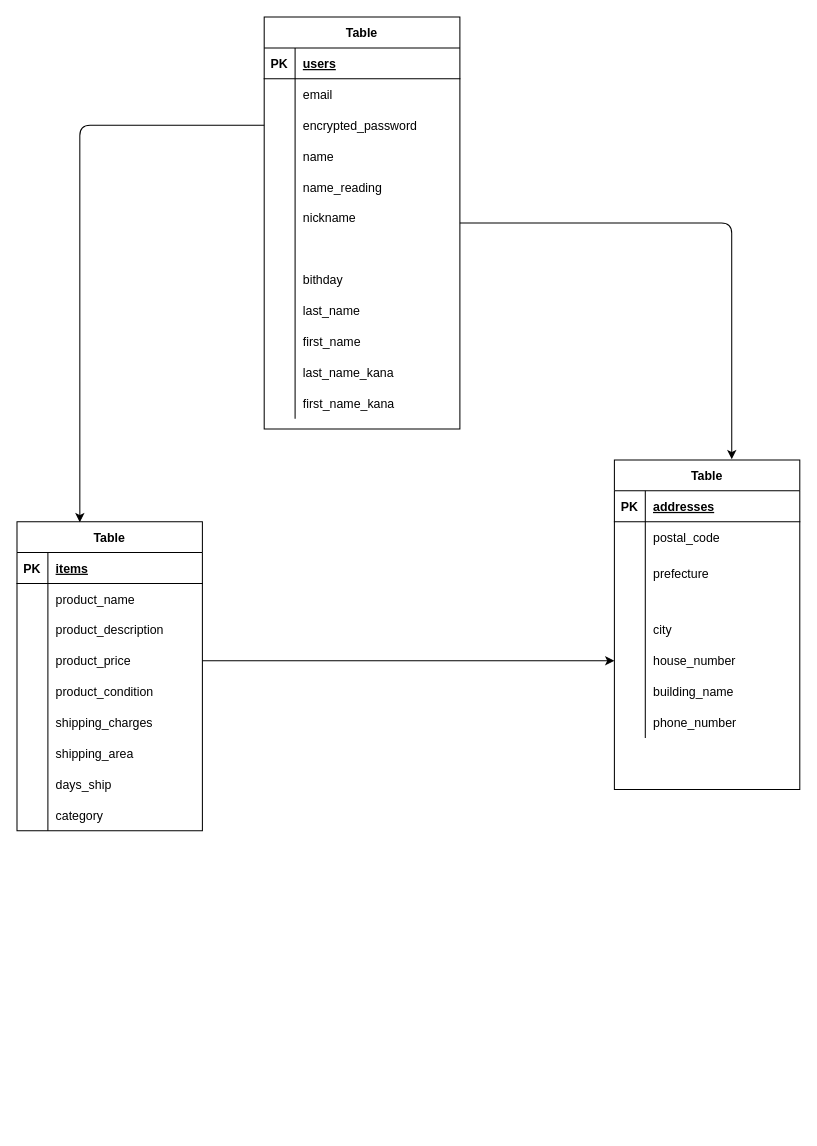
Earlier version of the draw.io diagram furima-35007.dio (Tatsuki5179/furima-35007). Source tidied: cells renumbered, new cells numbered last; positions are measured from the earlier drawing's top-left corner, leaving out a move shared by most shapes. Both pictures are drawn from the tidied source at 103%, with x=0, y=0 at pixel (16, 16).
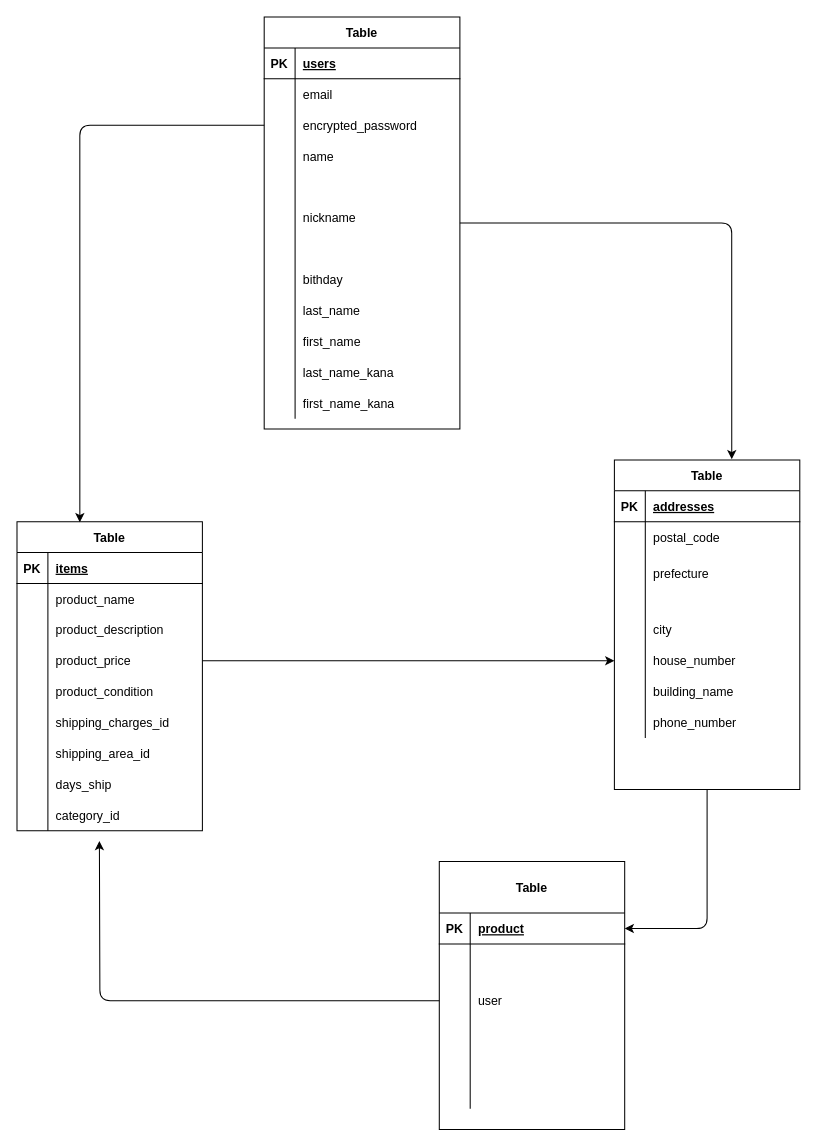
Above is the later version.

The change refers to these unchanged cells:
```xml
<mxCell id="18" style="shape=partialRectangle;fillColor=none;top=0;left=0;bottom=0;right=0;" parent="2" vertex="1">
  <mxGeometry y="180" width="180" height="30" as="geometry" />
</mxCell>
<mxCell id="21" style="shape=partialRectangle;fillColor=none;top=0;left=0;bottom=0;right=0;" parent="2" vertex="1">
  <mxGeometry y="210" width="180" height="30" as="geometry" />
</mxCell>
<mxCell id="27" style="shape=partialRectangle;fillColor=none;top=0;left=0;bottom=0;right=0;" parent="2" vertex="1">
  <mxGeometry y="270" width="180" height="30" as="geometry" />
</mxCell>
<mxCell id="30" value="Table" style="shape=table;startSize=30;childLayout=tableLayout;rowLines=0;fontStyle=1;align=center;rounded=0;sketch=0;" parent="1" vertex="1">
  <mxGeometry x="580" y="430" width="180" height="320" as="geometry" />
</mxCell>
<mxCell id="69" style="shape=partialRectangle;fillColor=none;top=0;left=0;bottom=0;right=0;" parent="56" vertex="1">
  <mxGeometry y="150" width="190" height="30" as="geometry" />
</mxCell>
```

What changed in the source:
```diff
@@
-    <mxCell id="20" value="shipping_charges" style="shape=partialRectangle;fillColor=none;top=0;left=0;bottom=0;right=0;align=left;spacingLeft=6;overflow=hidden;" parent="18" vertex="1">
+    <mxCell id="20" value="shipping_charges_id" style="shape=partialRectangle;fillColor=none;top=0;left=0;bottom=0;right=0;align=left;spacingLeft=6;overflow=hidden;" parent="18" vertex="1">
       <mxGeometry x="30" width="150" height="30" as="geometry" />
     </mxCell>
@@
-    <mxCell id="23" value="shipping_area" style="shape=partialRectangle;fillColor=none;top=0;left=0;bottom=0;right=0;align=left;spacingLeft=6;overflow=hidden;" parent="21" vertex="1">
+    <mxCell id="23" value="shipping_area_id" style="shape=partialRectangle;fillColor=none;top=0;left=0;bottom=0;right=0;align=left;spacingLeft=6;overflow=hidden;" parent="21" vertex="1">
       <mxGeometry x="30" width="150" height="30" as="geometry" />
     </mxCell>
@@
-    <mxCell id="29" value="category" style="shape=partialRectangle;fillColor=none;top=0;left=0;bottom=0;right=0;align=left;spacingLeft=6;overflow=hidden;" parent="27" vertex="1">
+    <mxCell id="29" value="category_id" style="shape=partialRectangle;fillColor=none;top=0;left=0;bottom=0;right=0;align=left;spacingLeft=6;overflow=hidden;" parent="27" vertex="1">
       <mxGeometry x="30" width="150" height="30" as="geometry" />
     </mxCell>
+    <mxCell id="95" style="edgeStyle=orthogonalEdgeStyle;curved=0;rounded=1;sketch=0;jettySize=auto;html=1;exitX=0.5;exitY=1;exitDx=0;exitDy=0;" parent="1" edge="1" source="30" target="97">
+      <mxGeometry relative="1" as="geometry" />
+    </mxCell>
@@
-    <mxCell id="71" value="name_reading" style="shape=partialRectangle;fillColor=none;top=0;left=0;bottom=0;right=0;align=left;spacingLeft=6;overflow=hidden;" parent="69" vertex="1">
+    <mxCell id="71" style="shape=partialRectangle;fillColor=none;top=0;left=0;bottom=0;right=0;align=left;spacingLeft=6;overflow=hidden;" parent="69" vertex="1">
       <mxGeometry x="30" width="160" height="30" as="geometry" />
     </mxCell>
@@
+    <mxCell id="96" value="Table" style="shape=table;startSize=50;childLayout=tableLayout;rowLines=0;fontStyle=1;align=center;rounded=0;sketch=0;" parent="1" vertex="1">
+      <mxGeometry x="410" y="820" width="180" height="260" as="geometry" />
+    </mxCell>
+    <mxCell id="97" style="shape=partialRectangle;fillColor=none;top=0;left=0;bottom=1;right=0;points=[[0,0.5],[1,0.5]];portConstraint=eastwest;" parent="96" vertex="1">
+      <mxGeometry y="50" width="180" height="30" as="geometry" />
+    </mxCell>
+    <mxCell id="98" value="PK" style="shape=partialRectangle;fillColor=none;top=0;left=0;bottom=0;right=0;fontStyle=1;overflow=hidden;" parent="97" vertex="1">
+      <mxGeometry width="30" height="30" as="geometry" />
+    </mxCell>
+    <mxCell id="99" value="product" style="shape=partialRectangle;fillColor=none;top=0;left=0;bottom=0;right=0;align=left;spacingLeft=6;fontStyle=5;overflow=hidden;" parent="97" vertex="1">
+      <mxGeometry x="30" width="150" height="30" as="geometry" />
+    </mxCell>
+    <mxCell id="100" style="shape=partialRectangle;fillColor=none;top=0;left=0;bottom=0;right=0;points=[[0,0.5],[1,0.5]];portConstraint=eastwest;" parent="96" vertex="1">
+      <mxGeometry y="80" width="180" height="110" as="geometry" />
+    </mxCell>
+    <mxCell id="101" style="shape=partialRectangle;fillColor=none;top=0;left=0;bottom=0;right=0;overflow=hidden;" parent="100" vertex="1">
+      <mxGeometry width="30" height="110" as="geometry" />
+    </mxCell>
+    <mxCell id="102" value="user" style="shape=partialRectangle;fillColor=none;top=0;left=0;bottom=0;right=0;align=left;spacingLeft=6;overflow=hidden;" parent="100" vertex="1">
+      <mxGeometry x="30" width="150" height="110" as="geometry" />
+    </mxCell>
+    <mxCell id="103" style="shape=partialRectangle;fillColor=none;top=0;left=0;bottom=0;right=0;" parent="96" vertex="1">
+      <mxGeometry y="190" width="180" height="30" as="geometry" />
+    </mxCell>
+    <mxCell id="104" style="shape=partialRectangle;fillColor=none;top=0;left=0;bottom=0;right=0;overflow=hidden;" parent="103" vertex="1">
+      <mxGeometry width="30" height="30" as="geometry" />
+    </mxCell>
+    <mxCell id="105" style="shape=partialRectangle;fillColor=none;top=0;left=0;bottom=0;right=0;align=left;spacingLeft=6;overflow=hidden;" parent="103" vertex="1">
+      <mxGeometry x="30" width="150" height="30" as="geometry" />
+    </mxCell>
+    <mxCell id="106" style="shape=partialRectangle;fillColor=none;top=0;left=0;bottom=0;right=0;" parent="96" vertex="1">
+      <mxGeometry y="220" width="180" height="20" as="geometry" />
+    </mxCell>
+    <mxCell id="107" style="shape=partialRectangle;fillColor=none;top=0;left=0;bottom=0;right=0;overflow=hidden;" parent="106" vertex="1">
+      <mxGeometry width="30" height="20" as="geometry" />
+    </mxCell>
+    <mxCell id="108" style="shape=partialRectangle;fillColor=none;top=0;left=0;bottom=0;right=0;align=left;spacingLeft=6;overflow=hidden;" parent="106" vertex="1">
+      <mxGeometry x="30" width="150" height="20" as="geometry" />
+    </mxCell>
+    <mxCell id="109" style="edgeStyle=orthogonalEdgeStyle;curved=0;rounded=1;sketch=0;jettySize=auto;html=1;" parent="1" edge="1" source="100">
+      <mxGeometry relative="1" as="geometry">
+        <mxPoint x="80" y="800" as="targetPoint" />
+      </mxGeometry>
+    </mxCell>
```
